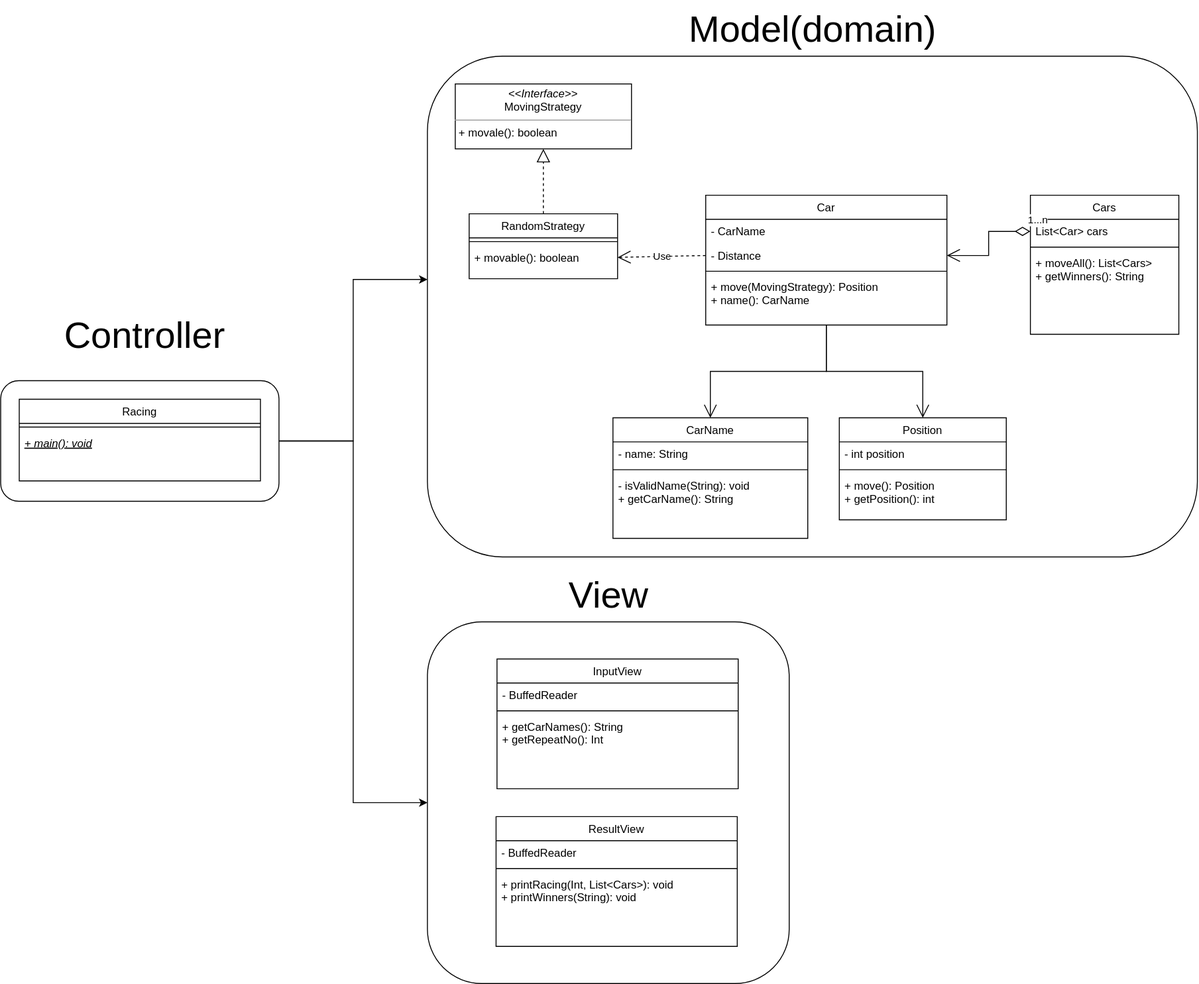
This is java-racing-car Diagram.draw.io.drawio.svg from smart-cau/java-racingcar-playground, a draw.io export, as it was before one commit. Source tidied: cells renumbered, new cells last; positions are measured from the earlier drawing's top-left corner, leaving out a move shared by most shapes.
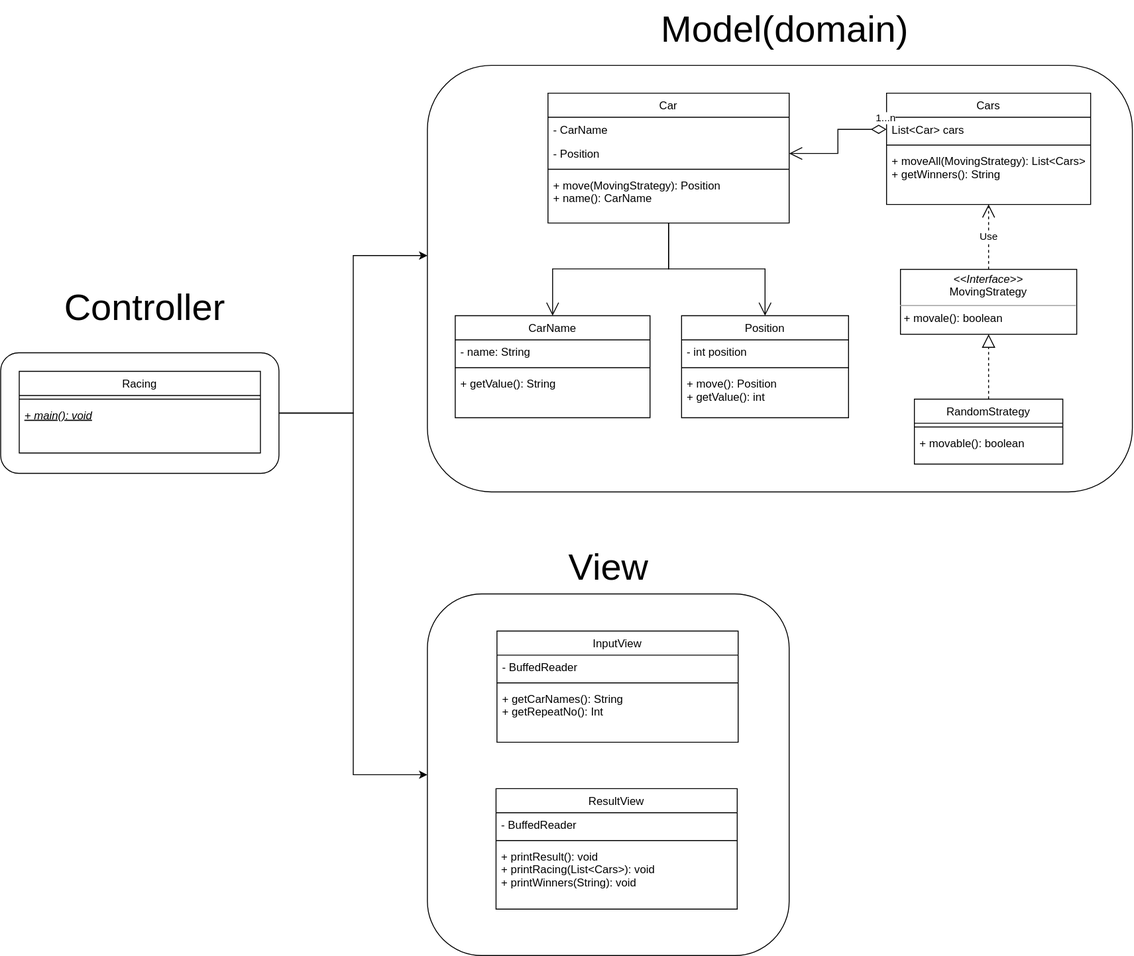
Later version of the same file.

Commit message:
java-racing-car Diagram.draw.io.drawio.svg이 추가되었습니다.

Change to the diagram source:
```diff
@@ -3,15 +3,15 @@
     <mxCell id="0" />
     <mxCell id="1" parent="0" />
     <mxCell id="2" style="rounded=1;whiteSpace=wrap;html=1;fillColor=none;" parent="1" vertex="1">
-      <mxGeometry x="460" y="60" width="830" height="540" as="geometry" />
+      <mxGeometry x="460" y="100" width="760" height="460" as="geometry" />
     </mxCell>
     <mxCell id="3" value="Car" style="swimlane;fontStyle=0;align=center;verticalAlign=top;horizontal=1;startSize=26;rounded=0;shadow=0;strokeWidth=1;" parent="1" vertex="1">
-      <mxGeometry x="760" y="210" width="260" height="140" as="geometry" />
+      <mxGeometry x="590" y="130" width="260" height="140" as="geometry" />
     </mxCell>
     <mxCell id="4" value="- CarName   " style="text;align=left;verticalAlign=top;spacingLeft=4;spacingRight=4;overflow=hidden;" parent="3" vertex="1">
       <mxGeometry y="26" width="260" height="26" as="geometry" />
     </mxCell>
-    <mxCell id="5" value="- Distance" style="text;align=left;verticalAlign=top;spacingLeft=4;spacingRight=4;overflow=hidden;points=[[0,0.5],[1,0.5]];portConstraint=eastwest;rounded=0;shadow=0;html=0;" parent="3" vertex="1">
+    <mxCell id="5" value="- Position" style="text;align=left;verticalAlign=top;spacingLeft=4;spacingRight=4;overflow=hidden;points=[[0,0.5],[1,0.5]];portConstraint=eastwest;rounded=0;shadow=0;html=0;" parent="3" vertex="1">
       <mxGeometry y="52" width="260" height="26" as="geometry" />
     </mxCell>
     <mxCell id="6" style="line;html=1;strokeWidth=1;align=left;verticalAlign=middle;spacingTop=-1;spacingLeft=3;spacingRight=3;labelPosition=right;" parent="3" vertex="1">
@@ -21,7 +21,7 @@
       <mxGeometry y="86" width="260" height="54" as="geometry" />
     </mxCell>
     <mxCell id="8" value="CarName" style="swimlane;fontStyle=0;align=center;verticalAlign=top;horizontal=1;startSize=26;rounded=0;shadow=0;strokeWidth=1;" parent="1" vertex="1">
-      <mxGeometry x="660" y="450" width="210" height="130" as="geometry" />
+      <mxGeometry x="490" y="370" width="210" height="110" as="geometry" />
     </mxCell>
     <mxCell id="9" value="- name: String" style="text;align=left;verticalAlign=top;spacingLeft=4;spacingRight=4;overflow=hidden;" parent="8" vertex="1">
       <mxGeometry y="26" width="210" height="26" as="geometry" />
@@ -29,23 +29,23 @@
     <mxCell id="10" style="line;html=1;strokeWidth=1;align=left;verticalAlign=middle;spacingTop=-1;spacingLeft=3;spacingRight=3;labelPosition=right;" parent="8" vertex="1">
       <mxGeometry y="52" width="210" height="8" as="geometry" />
     </mxCell>
-    <mxCell id="11" value="- isValidName(String): void&#10;+ getCarName(): String" style="text;align=left;verticalAlign=top;spacingLeft=4;spacingRight=4;overflow=hidden;" parent="8" vertex="1">
-      <mxGeometry y="60" width="210" height="70" as="geometry" />
+    <mxCell id="11" value="+ getValue(): String" style="text;align=left;verticalAlign=top;spacingLeft=4;spacingRight=4;overflow=hidden;" parent="8" vertex="1">
+      <mxGeometry y="60" width="210" height="50" as="geometry" />
     </mxCell>
     <mxCell id="12" value="Cars" style="swimlane;fontStyle=0;align=center;verticalAlign=top;horizontal=1;startSize=26;rounded=0;shadow=0;strokeWidth=1;" parent="1" vertex="1">
-      <mxGeometry x="1110" y="210" width="160" height="150" as="geometry" />
+      <mxGeometry x="955" y="130" width="220" height="120" as="geometry" />
     </mxCell>
     <mxCell id="13" value="List&lt;Car&gt; cars" style="text;align=left;verticalAlign=top;spacingLeft=4;spacingRight=4;overflow=hidden;points=[[0,0.5],[1,0.5]];portConstraint=eastwest;" parent="12" vertex="1">
-      <mxGeometry y="26" width="160" height="26" as="geometry" />
+      <mxGeometry y="26" width="220" height="26" as="geometry" />
     </mxCell>
     <mxCell id="14" style="line;html=1;strokeWidth=1;align=left;verticalAlign=middle;spacingTop=-1;spacingLeft=3;spacingRight=3;labelPosition=right;" parent="12" vertex="1">
-      <mxGeometry y="52" width="160" height="8" as="geometry" />
+      <mxGeometry y="52" width="220" height="8" as="geometry" />
     </mxCell>
-    <mxCell id="15" value="+ moveAll(): List&lt;Cars&gt;&#10;+ getWinners(): String" style="text;align=left;verticalAlign=top;spacingLeft=4;spacingRight=4;overflow=hidden;" parent="12" vertex="1">
-      <mxGeometry y="60" width="160" height="50" as="geometry" />
+    <mxCell id="15" value="+ moveAll(MovingStrategy): List&lt;Cars&gt;&#10;+ getWinners(): String" style="text;align=left;verticalAlign=top;spacingLeft=4;spacingRight=4;overflow=hidden;" parent="12" vertex="1">
+      <mxGeometry y="60" width="220" height="50" as="geometry" />
     </mxCell>
     <mxCell id="16" value="&lt;span style=&quot;font-weight: normal;&quot;&gt;Position&lt;/span&gt;" style="swimlane;fontStyle=1;align=center;verticalAlign=top;horizontal=1;startSize=26;whiteSpace=wrap;html=1;" parent="1" vertex="1">
-      <mxGeometry x="904" y="450" width="180" height="110" as="geometry" />
+      <mxGeometry x="734" y="370" width="180" height="110" as="geometry" />
     </mxCell>
     <mxCell id="17" value="- int position" style="text;strokeColor=none;fillColor=none;align=left;verticalAlign=top;spacingLeft=4;spacingRight=4;overflow=hidden;whiteSpace=wrap;html=1;" parent="16" vertex="1">
       <mxGeometry y="26" width="180" height="26" as="geometry" />
@@ -53,14 +53,14 @@
     <mxCell id="18" style="line;strokeWidth=1;fillColor=none;align=left;verticalAlign=middle;spacingTop=-1;spacingLeft=3;spacingRight=3;labelPosition=right;strokeColor=inherit;" parent="16" vertex="1">
       <mxGeometry y="52" width="180" height="8" as="geometry" />
     </mxCell>
-    <mxCell id="19" value="+ move(): Position&lt;br&gt;+ getPosition(): int" style="text;strokeColor=none;fillColor=none;align=left;verticalAlign=top;spacingLeft=4;spacingRight=4;overflow=hidden;whiteSpace=wrap;html=1;" parent="16" vertex="1">
+    <mxCell id="19" value="+ move(): Position&lt;br&gt;+ getValue(): int" style="text;strokeColor=none;fillColor=none;align=left;verticalAlign=top;spacingLeft=4;spacingRight=4;overflow=hidden;whiteSpace=wrap;html=1;" parent="16" vertex="1">
       <mxGeometry y="60" width="180" height="50" as="geometry" />
     </mxCell>
     <mxCell id="20" value="&lt;p style=&quot;margin:0px;margin-top:4px;text-align:center;&quot;&gt;&lt;i&gt;&amp;lt;&amp;lt;Interface&amp;gt;&amp;gt;&lt;/i&gt;&lt;br&gt;MovingStrategy&lt;/p&gt;&lt;hr size=&quot;1&quot;&gt;&lt;p style=&quot;margin:0px;margin-left:4px;&quot;&gt;&lt;/p&gt;&lt;p style=&quot;margin:0px;margin-left:4px;&quot;&gt;+ movale(): boolean&lt;br&gt;&lt;/p&gt;" style="verticalAlign=top;align=left;overflow=fill;fontSize=12;fontFamily=Helvetica;html=1;whiteSpace=wrap;" parent="1" vertex="1">
-      <mxGeometry x="490" y="90" width="190" height="70" as="geometry" />
+      <mxGeometry x="970" y="320" width="190" height="70" as="geometry" />
     </mxCell>
     <mxCell id="21" value="RandomStrategy" style="swimlane;fontStyle=0;align=center;verticalAlign=top;horizontal=1;startSize=26;rounded=0;shadow=0;strokeWidth=1;" parent="1" vertex="1">
-      <mxGeometry x="505" y="230" width="160" height="70" as="geometry" />
+      <mxGeometry x="985" y="460" width="160" height="70" as="geometry" />
     </mxCell>
     <mxCell id="22" style="line;html=1;strokeWidth=1;align=left;verticalAlign=middle;spacingTop=-1;spacingLeft=3;spacingRight=3;labelPosition=right;" parent="21" vertex="1">
       <mxGeometry y="26" width="160" height="8" as="geometry" />
@@ -74,10 +74,8 @@
     <mxCell id="25" style="endArrow=open;endFill=1;endSize=12;html=1;rounded=0;entryX=0.5;entryY=0;entryDx=0;entryDy=0;exitX=0.5;exitY=1;exitDx=0;exitDy=0;edgeStyle=elbowEdgeStyle;elbow=vertical;" parent="1" edge="1" source="3" target="8">
       <mxGeometry relative="1" as="geometry" />
     </mxCell>
-    <mxCell id="26" style="endArrow=open;endFill=1;endSize=12;html=1;rounded=0;entryX=0.5;entryY=0;entryDx=0;entryDy=0;edgeStyle=elbowEdgeStyle;elbow=vertical;" parent="1" edge="1" target="16">
-      <mxGeometry relative="1" as="geometry">
-        <mxPoint x="890" y="350" as="sourcePoint" />
-      </mxGeometry>
+    <mxCell id="26" style="endArrow=open;endFill=1;endSize=12;html=1;rounded=0;entryX=0.5;entryY=0;entryDx=0;entryDy=0;edgeStyle=elbowEdgeStyle;elbow=vertical;" parent="1" edge="1" source="7" target="16">
+      <mxGeometry relative="1" as="geometry" />
     </mxCell>
     <mxCell id="27" style="endArrow=open;html=1;endSize=12;startArrow=diamondThin;startSize=14;startFill=0;edgeStyle=orthogonalEdgeStyle;align=left;verticalAlign=bottom;rounded=0;entryX=1;entryY=0.5;entryDx=0;entryDy=0;fontSize=7;" parent="1" edge="1" source="13" target="5">
       <mxGeometry x="-1" y="3" relative="1" as="geometry" />
@@ -87,11 +85,8 @@
         <mxPoint x="63" y="-41" as="offset" />
       </mxGeometry>
     </mxCell>
-    <mxCell id="29" value="Use" style="endArrow=open;endSize=12;dashed=1;html=1;rounded=0;entryX=1;entryY=0.5;entryDx=0;entryDy=0;exitX=0;exitY=0.5;exitDx=0;exitDy=0;" parent="1" edge="1" source="5" target="23">
-      <mxGeometry relative="1" as="geometry" />
-    </mxCell>
     <mxCell id="30" value="Model(domain)" style="text;html=1;align=center;verticalAlign=middle;strokeColor=none;fillColor=none;fontSize=40;" parent="1" vertex="1">
-      <mxGeometry x="730" width="290" height="60" as="geometry" />
+      <mxGeometry x="700" y="30" width="290" height="60" as="geometry" />
     </mxCell>
     <mxCell id="31" value="Controller" style="text;html=1;align=center;verticalAlign=middle;strokeColor=none;fillColor=none;fontSize=40;" parent="1" vertex="1">
       <mxGeometry x="55" y="330" width="200" height="60" as="geometry" />
@@ -121,7 +116,7 @@
       <mxGeometry y="60" width="390" height="390" as="geometry" />
     </mxCell>
     <mxCell id="40" value="InputView" style="swimlane;fontStyle=0;align=center;verticalAlign=top;horizontal=1;startSize=26;rounded=0;shadow=0;strokeWidth=1;" parent="38" vertex="1">
-      <mxGeometry x="75" y="100" width="260" height="140" as="geometry" />
+      <mxGeometry x="75" y="100" width="260" height="120" as="geometry" />
     </mxCell>
     <mxCell id="41" value="- BuffedReader" style="text;align=left;verticalAlign=top;spacingLeft=4;spacingRight=4;overflow=hidden;" parent="40" vertex="1">
       <mxGeometry y="26" width="260" height="26" as="geometry" />
@@ -133,7 +128,7 @@
       <mxGeometry y="60" width="260" height="54" as="geometry" />
     </mxCell>
     <mxCell id="44" value="ResultView" style="swimlane;fontStyle=0;align=center;verticalAlign=top;horizontal=1;startSize=26;rounded=0;shadow=0;strokeWidth=1;" parent="38" vertex="1">
-      <mxGeometry x="74" y="270" width="260" height="140" as="geometry" />
+      <mxGeometry x="74" y="270" width="260" height="130" as="geometry" />
     </mxCell>
     <mxCell id="45" value="- BuffedReader" style="text;align=left;verticalAlign=top;spacingLeft=4;spacingRight=4;overflow=hidden;" parent="44" vertex="1">
       <mxGeometry y="26" width="260" height="26" as="geometry" />
@@ -141,11 +136,14 @@
     <mxCell id="46" style="line;html=1;strokeWidth=1;align=left;verticalAlign=middle;spacingTop=-1;spacingLeft=3;spacingRight=3;labelPosition=right;" parent="44" vertex="1">
       <mxGeometry y="52" width="260" height="8" as="geometry" />
     </mxCell>
-    <mxCell id="47" value="+ printRacing(Int, List&lt;Cars&gt;): void&#10;+ printWinners(String): void" style="text;align=left;verticalAlign=top;spacingLeft=4;spacingRight=4;overflow=hidden;fontStyle=0;" parent="44" vertex="1">
+    <mxCell id="47" value="+ printResult(): void&#10;+ printRacing(List&lt;Cars&gt;): void&#10;+ printWinners(String): void" style="text;align=left;verticalAlign=top;spacingLeft=4;spacingRight=4;overflow=hidden;fontStyle=0;" parent="44" vertex="1">
       <mxGeometry y="60" width="260" height="54" as="geometry" />
     </mxCell>
     <mxCell id="48" value="View" style="text;html=1;align=center;verticalAlign=middle;strokeColor=none;fillColor=none;fontSize=40;" parent="38" vertex="1">
       <mxGeometry x="140" width="110" height="60" as="geometry" />
     </mxCell>
+    <mxCell id="29" value="Use" style="endArrow=open;endSize=12;dashed=1;html=1;rounded=0;entryX=0.5;entryY=1;entryDx=0;entryDy=0;exitX=0.5;exitY=0;exitDx=0;exitDy=0;" parent="1" edge="1" source="20" target="12">
+      <mxGeometry relative="1" as="geometry" />
+    </mxCell>
   </root>
 </mxGraphModel>
```
